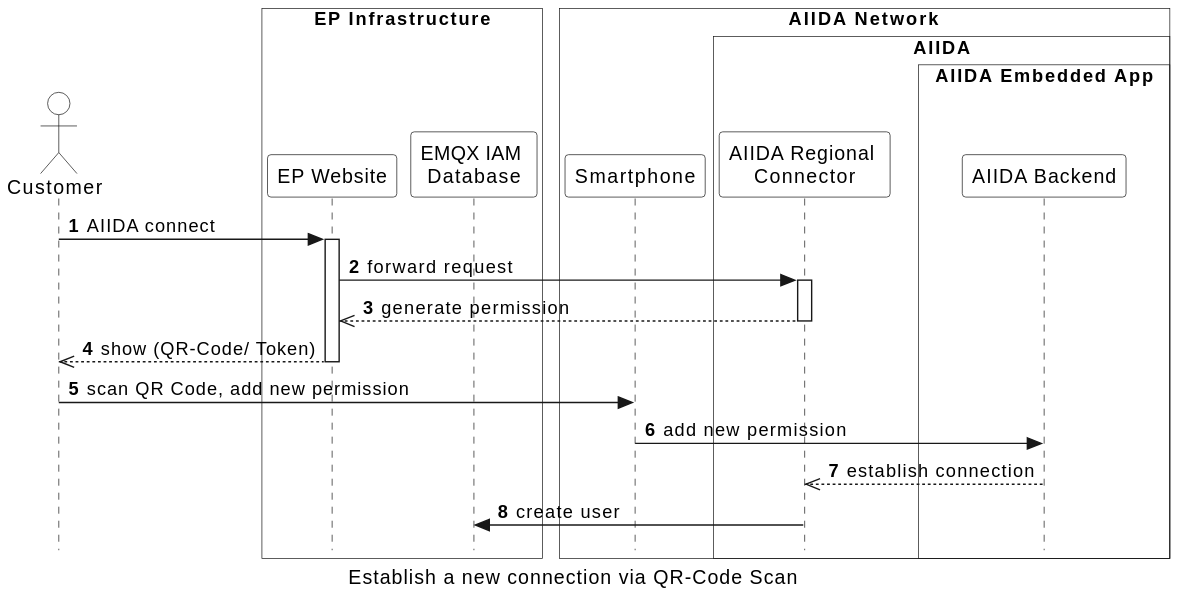
The PlantUML diagram arc42/aiida/runtime-view/figures/aiida_new_connection_qr.svg in eddie-energy/architecture, before a commit.
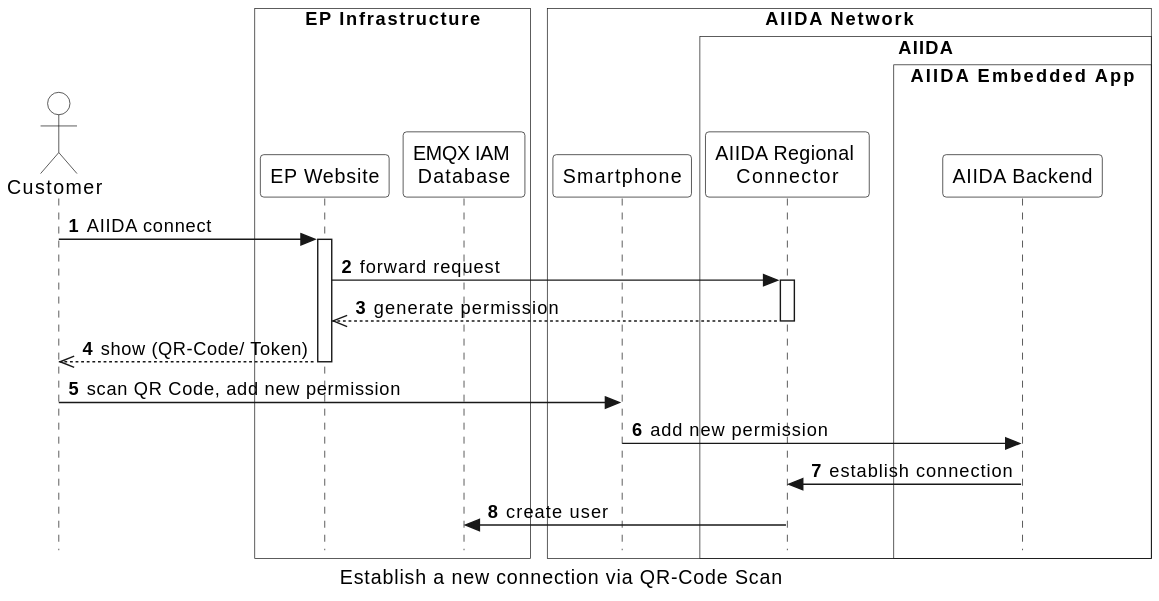
The same diagram one commit later.

Commit message:
minor updates in the AIIDA runtime

Diff of the diagram source:
```diff
@@ -40,7 +40,7 @@
     smartphone -> backend : add new permission
 
 
-    backend -->> connector : establish connection
+    backend -> connector : establish connection
 
     connector -> database : create user
 @enduml
```
